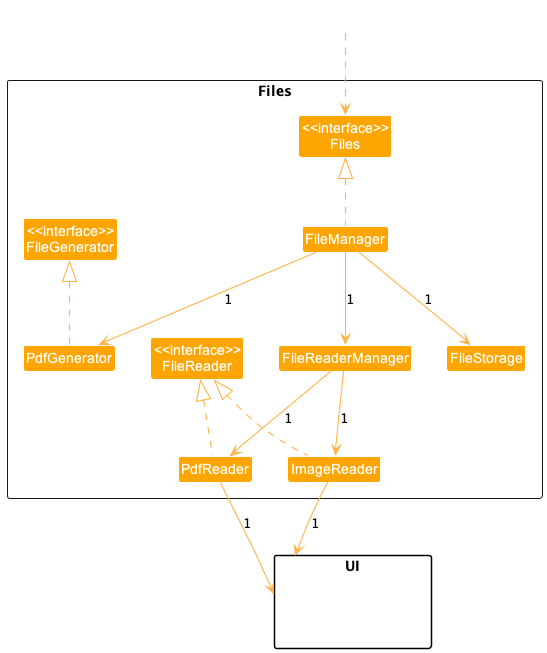
Before: docs/images/FilesClassDiagram.png, a diagram exported from PlantUML (nus-cs2103-AY2223S2/tp).
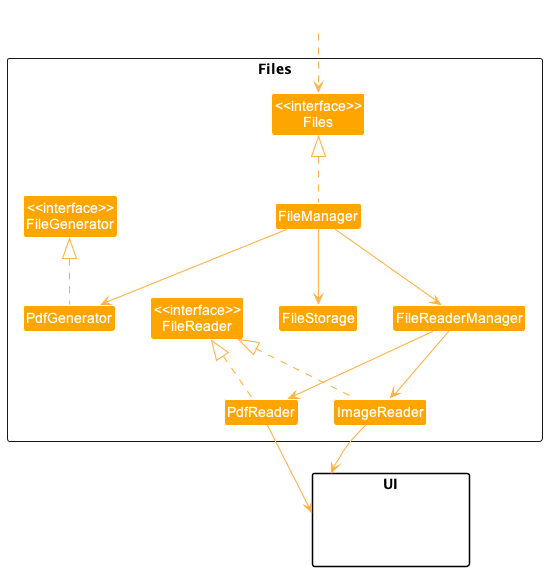
The same diagram one commit later.

The edit, as a diff of the source:
```diff
@@ -23,17 +23,17 @@
 ImageReader .up.|> FileReader
 FileManager .up.|> Files
 
-FileManager -down-> FileReaderManager : 1
-FileManager -down-> PdfGenerator : 1
-FileManager -down-> FileStorage : 1
-FileReaderManager -down-> PdfReader : 1
-FileReaderManager -down-> ImageReader : 1
+FileManager -down-> FileReaderManager
+FileManager -down-> PdfGenerator
+FileManager -down-> FileStorage
+FileReaderManager -down-> PdfReader
+FileReaderManager -down-> ImageReader
 
 package UI {
 Class HiddenModel #FFFFFF
 }
 
-PdfReader --> UI : 1
-ImageReader --> UI : 1
+PdfReader --> UI
+ImageReader --> UI
 
 @enduml
```
